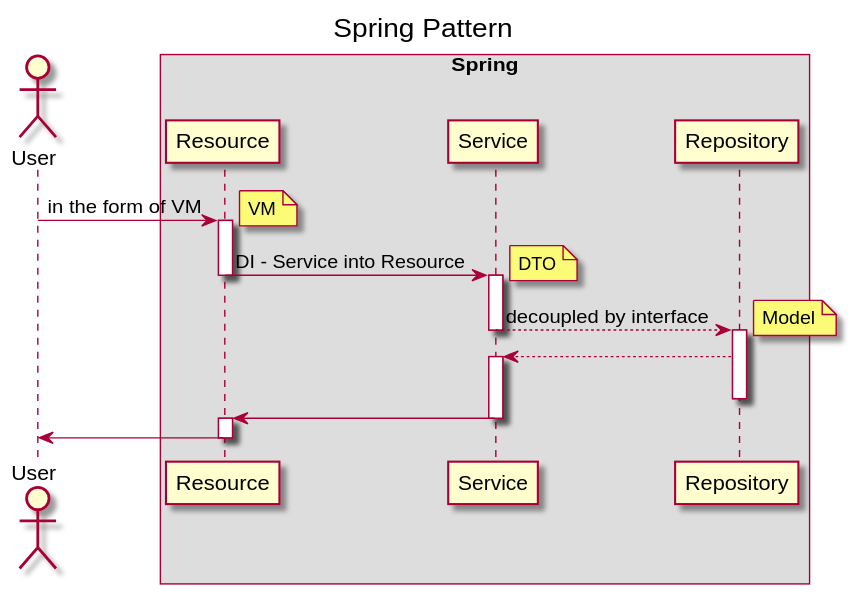
Before: images/2020-02-18-mvvm-vs-redux/spring-pattern.svg, a diagram exported from PlantUML (damonYuan/damonyuan.github.io).
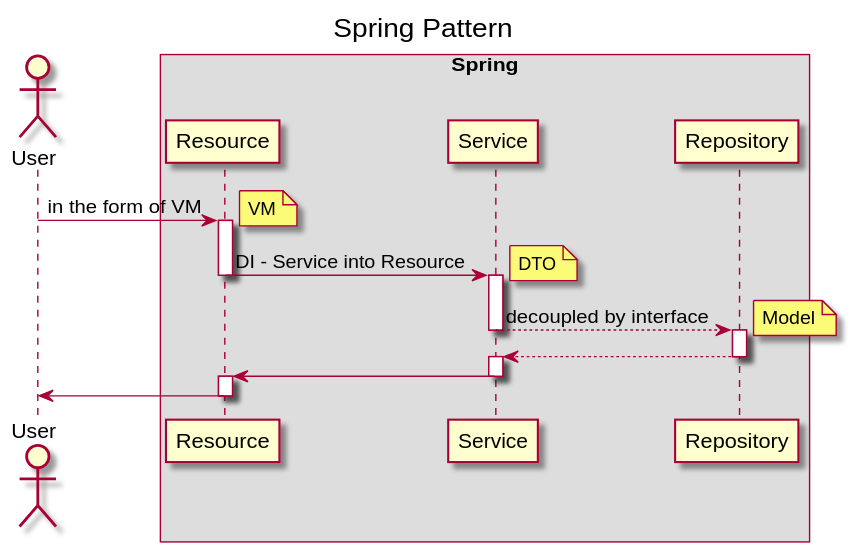
The same file after the commit.

Commit message:
update using commit all

Diff of the diagram source:
```diff
@@ -27,8 +27,8 @@
 Model
 end note
 Repository --> Service
+deactivate Repository
 activate Service
-deactivate Repository
 Service -> Resource
 deactivate Service
 activate Resource
```
